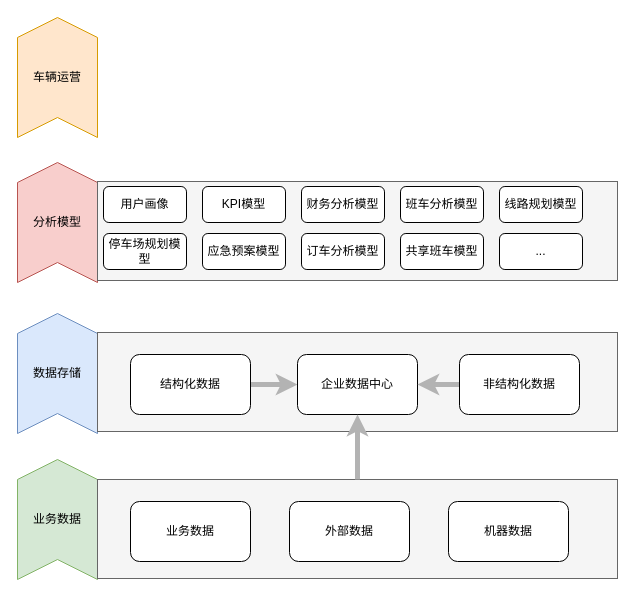
Above: 汽车公司-数据架构图.drawio in ammengke/my-drawio (draw.io), before the change. Source tidied: cells renumbered, new cells numbered last; positions are measured from the earlier drawing's top-left corner, leaving out a move shared by most shapes. Both pictures are drawn from the tidied source at 100%, with x=0, y=0 at pixel (17, 17).
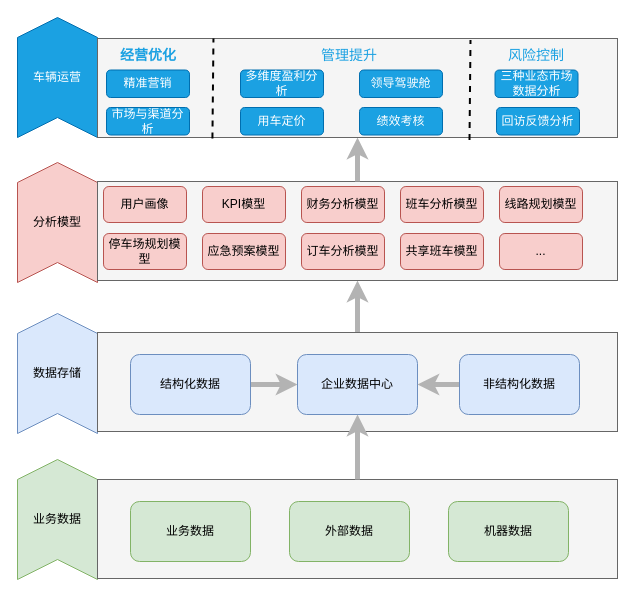
After the change.

Commit message (it also covers changes not shown here):
Update 汽车公司-数据架构图.drawio

Unchanged cells that the change refers to:
```xml
<mxCell id="10" style="rounded=0;whiteSpace=wrap;html=1;fillColor=#f5f5f5;fontColor=#333333;strokeColor=#666666;" parent="1" vertex="1">
  <mxGeometry x="80" y="315" width="520" height="99" as="geometry" />
</mxCell>
<mxCell id="17" style="rounded=0;whiteSpace=wrap;html=1;fillColor=#f5f5f5;fontColor=#333333;strokeColor=#666666;" parent="1" vertex="1">
  <mxGeometry x="80" y="164" width="520" height="99" as="geometry" />
</mxCell>
```

Change to the diagram source:
```diff
@@
-    <mxCell id="5" value="车辆运营" style="shape=step;perimeter=stepPerimeter;whiteSpace=wrap;html=1;fixedSize=1;direction=north;fillColor=#ffe6cc;strokeColor=#d79b00;" parent="1" vertex="1">
+    <mxCell id="5" value="车辆运营" style="shape=step;perimeter=stepPerimeter;whiteSpace=wrap;html=1;fixedSize=1;direction=north;fillColor=#1ba1e2;strokeColor=#006EAF;fontColor=#ffffff;" parent="1" vertex="1">
       <mxGeometry width="80" height="120" as="geometry" />
     </mxCell>
@@
-    <mxCell id="7" value="业务数据" style="rounded=1;whiteSpace=wrap;html=1;" parent="1" vertex="1">
+    <mxCell id="7" value="业务数据" style="rounded=1;whiteSpace=wrap;html=1;fillColor=#d5e8d4;strokeColor=#82b366;" parent="1" vertex="1">
       <mxGeometry x="113" y="484" width="120" height="60" as="geometry" />
     </mxCell>
-    <mxCell id="8" value="外部数据" style="rounded=1;whiteSpace=wrap;html=1;" parent="1" vertex="1">
+    <mxCell id="8" value="外部数据" style="rounded=1;whiteSpace=wrap;html=1;fillColor=#d5e8d4;strokeColor=#82b366;" parent="1" vertex="1">
       <mxGeometry x="272" y="484" width="120" height="60" as="geometry" />
     </mxCell>
-    <mxCell id="9" value="机器数据" style="rounded=1;whiteSpace=wrap;html=1;" parent="1" vertex="1">
+    <mxCell id="9" value="机器数据" style="rounded=1;whiteSpace=wrap;html=1;fillColor=#d5e8d4;strokeColor=#82b366;" parent="1" vertex="1">
       <mxGeometry x="431" y="484" width="120" height="60" as="geometry" />
     </mxCell>
+    <mxCell id="28" style="edgeStyle=orthogonalEdgeStyle;rounded=0;jettySize=auto;html=1;entryX=0.5;entryY=1;entryDx=0;entryDy=0;fontSize=14;fontColor=#1BA1E2;strokeColor=#B3B3B3;strokeWidth=5;" parent="1" edge="1" source="10" target="17">
+      <mxGeometry relative="1" as="geometry" />
+    </mxCell>
@@
-    <mxCell id="12" value="结构化数据" style="rounded=1;whiteSpace=wrap;html=1;" parent="1" vertex="1">
+    <mxCell id="12" value="结构化数据" style="rounded=1;whiteSpace=wrap;html=1;fillColor=#dae8fc;strokeColor=#6c8ebf;" parent="1" vertex="1">
       <mxGeometry x="113" y="337" width="120" height="60" as="geometry" />
     </mxCell>
-    <mxCell id="13" value="企业数据中心" style="rounded=1;whiteSpace=wrap;html=1;" parent="1" vertex="1">
+    <mxCell id="13" value="企业数据中心" style="rounded=1;whiteSpace=wrap;html=1;fillColor=#dae8fc;strokeColor=#6c8ebf;" parent="1" vertex="1">
       <mxGeometry x="280" y="337" width="120" height="60" as="geometry" />
     </mxCell>
@@
-    <mxCell id="15" value="非结构化数据" style="rounded=1;whiteSpace=wrap;html=1;" parent="1" vertex="1">
+    <mxCell id="15" value="非结构化数据" style="rounded=1;whiteSpace=wrap;html=1;fillColor=#dae8fc;strokeColor=#6c8ebf;" parent="1" vertex="1">
       <mxGeometry x="442" y="337" width="120" height="60" as="geometry" />
     </mxCell>
@@
-    <mxCell id="18" value="用户画像" style="rounded=1;whiteSpace=wrap;html=1;" parent="1" vertex="1">
+    <mxCell id="18" value="用户画像" style="rounded=1;whiteSpace=wrap;html=1;fillColor=#f8cecc;strokeColor=#b85450;" parent="1" vertex="1">
       <mxGeometry x="86" y="169" width="83" height="36" as="geometry" />
     </mxCell>
-    <mxCell id="19" value="KPI模型" style="rounded=1;whiteSpace=wrap;html=1;" parent="1" vertex="1">
+    <mxCell id="19" value="KPI模型" style="rounded=1;whiteSpace=wrap;html=1;fillColor=#f8cecc;strokeColor=#b85450;" parent="1" vertex="1">
       <mxGeometry x="185" y="169" width="83" height="36" as="geometry" />
     </mxCell>
+    <mxCell id="29" style="edgeStyle=orthogonalEdgeStyle;rounded=0;jettySize=auto;html=1;fontSize=14;fontColor=#1BA1E2;strokeColor=#B3B3B3;strokeWidth=5;exitX=0.5;exitY=0;exitDx=0;exitDy=0;" parent="1" edge="1" source="17" target="30">
+      <mxGeometry relative="1" as="geometry" />
+    </mxCell>
-    <mxCell id="20" value="财务分析模型" style="rounded=1;whiteSpace=wrap;html=1;" parent="1" vertex="1">
+    <mxCell id="20" value="财务分析模型" style="rounded=1;whiteSpace=wrap;html=1;fillColor=#f8cecc;strokeColor=#b85450;" parent="1" vertex="1">
       <mxGeometry x="284" y="169" width="83" height="36" as="geometry" />
     </mxCell>
-    <mxCell id="21" value="班车分析模型" style="rounded=1;whiteSpace=wrap;html=1;" parent="1" vertex="1">
+    <mxCell id="21" value="班车分析模型" style="rounded=1;whiteSpace=wrap;html=1;fillColor=#f8cecc;strokeColor=#b85450;" parent="1" vertex="1">
       <mxGeometry x="383" y="169" width="83" height="36" as="geometry" />
     </mxCell>
-    <mxCell id="22" value="线路规划模型" style="rounded=1;whiteSpace=wrap;html=1;" parent="1" vertex="1">
+    <mxCell id="22" value="线路规划模型" style="rounded=1;whiteSpace=wrap;html=1;fillColor=#f8cecc;strokeColor=#b85450;" parent="1" vertex="1">
       <mxGeometry x="482" y="169" width="83" height="36" as="geometry" />
     </mxCell>
-    <mxCell id="23" value="停车场规划模型" style="rounded=1;whiteSpace=wrap;html=1;" parent="1" vertex="1">
+    <mxCell id="23" value="停车场规划模型" style="rounded=1;whiteSpace=wrap;html=1;fillColor=#f8cecc;strokeColor=#b85450;" parent="1" vertex="1">
       <mxGeometry x="86" y="216" width="83" height="36" as="geometry" />
     </mxCell>
-    <mxCell id="24" value="应急预案模型" style="rounded=1;whiteSpace=wrap;html=1;" parent="1" vertex="1">
+    <mxCell id="24" value="应急预案模型" style="rounded=1;whiteSpace=wrap;html=1;fillColor=#f8cecc;strokeColor=#b85450;" parent="1" vertex="1">
       <mxGeometry x="185" y="216" width="83" height="36" as="geometry" />
     </mxCell>
-    <mxCell id="25" value="订车分析模型" style="rounded=1;whiteSpace=wrap;html=1;" parent="1" vertex="1">
+    <mxCell id="25" value="订车分析模型" style="rounded=1;whiteSpace=wrap;html=1;fillColor=#f8cecc;strokeColor=#b85450;" parent="1" vertex="1">
       <mxGeometry x="284" y="216" width="83" height="36" as="geometry" />
     </mxCell>
-    <mxCell id="26" value="共享班车模型" style="rounded=1;whiteSpace=wrap;html=1;" parent="1" vertex="1">
+    <mxCell id="26" value="共享班车模型" style="rounded=1;whiteSpace=wrap;html=1;fillColor=#f8cecc;strokeColor=#b85450;" parent="1" vertex="1">
       <mxGeometry x="383" y="216" width="83" height="36" as="geometry" />
     </mxCell>
-    <mxCell id="27" value="..." style="rounded=1;whiteSpace=wrap;html=1;" parent="1" vertex="1">
+    <mxCell id="27" value="..." style="rounded=1;whiteSpace=wrap;html=1;fillColor=#f8cecc;strokeColor=#b85450;" parent="1" vertex="1">
       <mxGeometry x="482" y="216" width="83" height="36" as="geometry" />
     </mxCell>
+    <mxCell id="30" style="rounded=0;whiteSpace=wrap;html=1;fillColor=#f5f5f5;fontColor=#333333;strokeColor=#666666;" parent="1" vertex="1">
+      <mxGeometry x="80" y="21" width="520" height="99" as="geometry" />
+    </mxCell>
+    <mxCell id="31" value="精准营销" style="rounded=1;whiteSpace=wrap;html=1;fillColor=#1ba1e2;fontColor=#ffffff;strokeColor=#006EAF;" parent="1" vertex="1">
+      <mxGeometry x="89" y="52.5" width="83" height="27.5" as="geometry" />
+    </mxCell>
+    <mxCell id="32" value="经营优化" style="text;html=1;strokeColor=none;fillColor=none;align=center;verticalAlign=middle;whiteSpace=wrap;rounded=0;fontColor=#1BA1E2;fontStyle=1;fontSize=14;" parent="1" vertex="1">
+      <mxGeometry x="100.5" y="22.5" width="60" height="30" as="geometry" />
+    </mxCell>
+    <mxCell id="33" value="市场与渠道分析" style="rounded=1;whiteSpace=wrap;html=1;fillColor=#1ba1e2;fontColor=#ffffff;strokeColor=#006EAF;" parent="1" vertex="1">
+      <mxGeometry x="89" y="90" width="83" height="27.5" as="geometry" />
+    </mxCell>
+    <mxCell id="34" value="管理提升" style="text;html=1;strokeColor=none;fillColor=none;align=center;verticalAlign=middle;whiteSpace=wrap;rounded=0;fontColor=#1BA1E2;fontSize=14;" parent="1" vertex="1">
+      <mxGeometry x="302" y="22.5" width="60" height="30" as="geometry" />
+    </mxCell>
+    <mxCell id="35" value="风险控制" style="text;html=1;strokeColor=none;fillColor=none;align=center;verticalAlign=middle;whiteSpace=wrap;rounded=0;fontSize=14;fontColor=#1BA1E2;" parent="1" vertex="1">
+      <mxGeometry x="489" y="22.5" width="60" height="30" as="geometry" />
+    </mxCell>
+    <mxCell id="36" value="多维度盈利分析" style="rounded=1;whiteSpace=wrap;html=1;fillColor=#1ba1e2;fontColor=#ffffff;strokeColor=#006EAF;" parent="1" vertex="1">
+      <mxGeometry x="223" y="52.5" width="83" height="27.5" as="geometry" />
+    </mxCell>
+    <mxCell id="37" value="用车定价" style="rounded=1;whiteSpace=wrap;html=1;fillColor=#1ba1e2;fontColor=#ffffff;strokeColor=#006EAF;" parent="1" vertex="1">
+      <mxGeometry x="223" y="90" width="83" height="27.5" as="geometry" />
+    </mxCell>
+    <mxCell id="38" value="领导驾驶舱" style="rounded=1;whiteSpace=wrap;html=1;fillColor=#1ba1e2;fontColor=#ffffff;strokeColor=#006EAF;" parent="1" vertex="1">
+      <mxGeometry x="342" y="52.5" width="83" height="27.5" as="geometry" />
+    </mxCell>
+    <mxCell id="39" value="绩效考核" style="rounded=1;whiteSpace=wrap;html=1;fillColor=#1ba1e2;fontColor=#ffffff;strokeColor=#006EAF;" parent="1" vertex="1">
+      <mxGeometry x="342" y="90" width="83" height="27.5" as="geometry" />
+    </mxCell>
+    <mxCell id="40" style="endArrow=none;dashed=1;html=1;strokeWidth=2;rounded=0;fontSize=14;fontColor=#1BA1E2;entryX=0.223;entryY=0;entryDx=0;entryDy=0;entryPerimeter=0;exitX=0.221;exitY=1.01;exitDx=0;exitDy=0;exitPerimeter=0;" parent="1" edge="1" source="30" target="30">
+      <mxGeometry relative="1" as="geometry" />
+    </mxCell>
+    <mxCell id="41" style="endArrow=none;dashed=1;html=1;strokeWidth=2;rounded=0;fontSize=14;fontColor=#1BA1E2;entryX=0.223;entryY=0;entryDx=0;entryDy=0;entryPerimeter=0;exitX=0.221;exitY=1.01;exitDx=0;exitDy=0;exitPerimeter=0;" parent="1" edge="1">
+      <mxGeometry relative="1" as="geometry">
+        <mxPoint x="452" y="122.5" as="sourcePoint" />
+        <mxPoint x="453" y="22.5" as="targetPoint" />
+      </mxGeometry>
+    </mxCell>
+    <mxCell id="42" value="三种业态市场数据分析" style="rounded=1;whiteSpace=wrap;html=1;fillColor=#1ba1e2;fontColor=#ffffff;strokeColor=#006EAF;" parent="1" vertex="1">
+      <mxGeometry x="477.5" y="52.5" width="83" height="27.5" as="geometry" />
+    </mxCell>
+    <mxCell id="43" value="回访反馈分析" style="rounded=1;whiteSpace=wrap;html=1;fillColor=#1ba1e2;fontColor=#ffffff;strokeColor=#006EAF;" parent="1" vertex="1">
+      <mxGeometry x="479" y="90" width="83" height="27.5" as="geometry" />
+    </mxCell>
```
